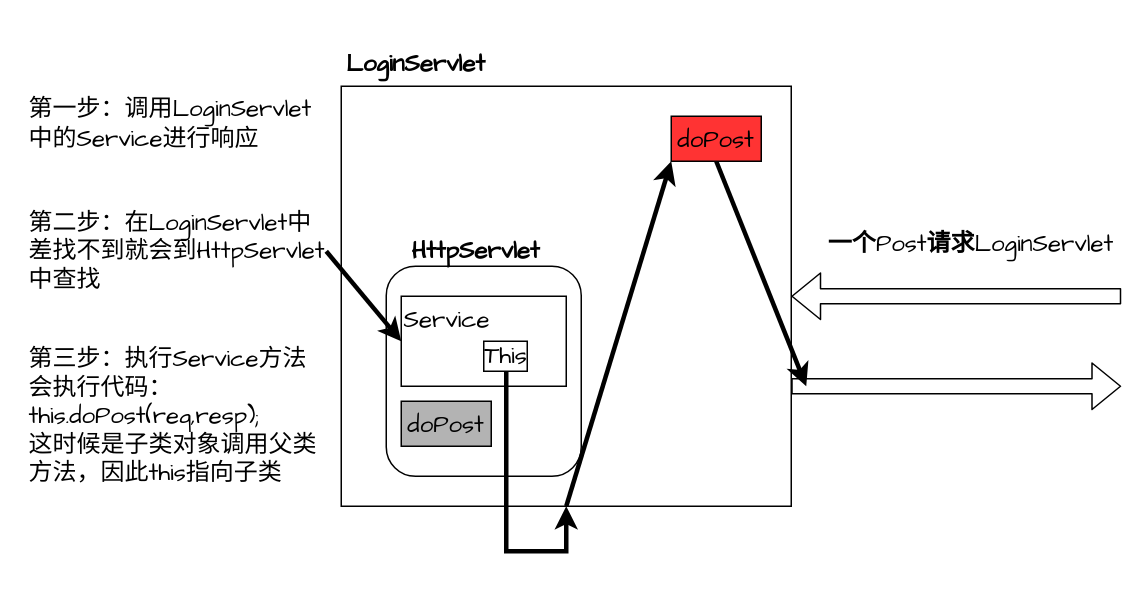
Earlier version of the draw.io diagram 流程图/Service与doPost的调用关系.drawio (molzy123/diagrams). Source tidied: cells renumbered, new cells numbered last; positions are measured from the earlier drawing's top-left corner, leaving out a move shared by most shapes. Both pictures are drawn from the tidied source at 150%, with x=0, y=0 at pixel (26, 26).
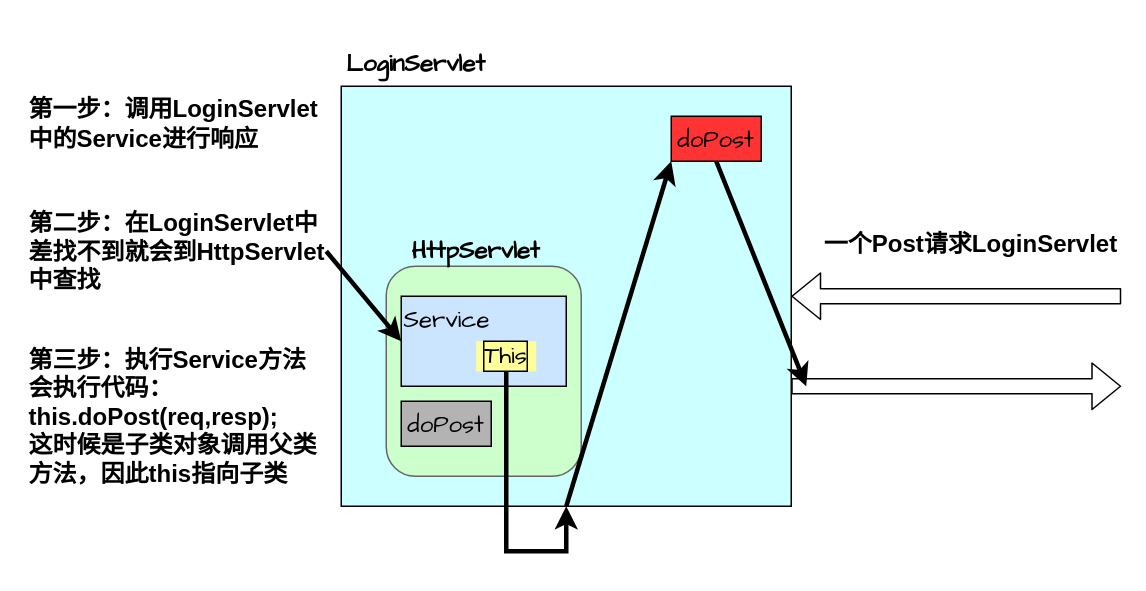
The same diagram, later.

Commit message (it also covers changes not shown here):
更新Service与doPost的调用关系.drawio

What changed in the source:
```diff
@@
-    <mxCell id="3" style="rounded=0;whiteSpace=wrap;html=1;fontFamily=Comic Sans MS;fontSize=16;fillColor=none;gradientColor=none;" parent="1" vertex="1">
+    <mxCell id="3" style="rounded=0;whiteSpace=wrap;html=1;fontFamily=Comic Sans MS;fontSize=16;gradientColor=none;fillColor=#CCFFFF;" parent="1" vertex="1">
       <mxGeometry x="210" y="40" width="300" height="280" as="geometry" />
     </mxCell>
-    <mxCell id="4" style="rounded=1;whiteSpace=wrap;html=1;fontFamily=Comic Sans MS;fontSize=16;fillColor=none;gradientColor=none;" parent="1" vertex="1">
+    <mxCell id="4" style="rounded=1;whiteSpace=wrap;html=1;fontFamily=Comic Sans MS;fontSize=16;strokeColor=#666666;fontColor=#333333;fillColor=#CCFFCC;" parent="1" vertex="1">
       <mxGeometry x="240" y="160" width="130" height="140" as="geometry" />
     </mxCell>
@@
-    <mxCell id="6" value="Service" style="rounded=0;whiteSpace=wrap;html=1;fontFamily=Comic Sans MS;fontSize=16;fillColor=none;gradientColor=none;align=left;verticalAlign=top;" parent="1" vertex="1">
+    <mxCell id="6" value="Service" style="rounded=0;whiteSpace=wrap;html=1;fontFamily=Comic Sans MS;fontSize=16;gradientColor=none;align=left;verticalAlign=top;fillColor=#CCE5FF;" parent="1" vertex="1">
       <mxGeometry x="250" y="180" width="110" height="60" as="geometry" />
     </mxCell>
@@
-    <mxCell id="8" value="This" style="text;html=1;strokeColor=none;fillColor=none;align=center;verticalAlign=middle;whiteSpace=wrap;rounded=0;fontFamily=Comic Sans MS;fontSize=16;labelBorderColor=#000000;" parent="1" vertex="1">
+    <mxCell id="8" value="This" style="text;html=1;strokeColor=none;align=center;verticalAlign=middle;whiteSpace=wrap;rounded=0;fontFamily=Comic Sans MS;fontSize=16;labelBorderColor=#000000;fillColor=#FFFF99;" parent="1" vertex="1">
       <mxGeometry x="300" y="210" width="40" height="20" as="geometry" />
     </mxCell>
@@
-    <mxCell id="13" value="一个&lt;span style=&quot;font-weight: 400&quot;&gt;Post&lt;/span&gt;请求&lt;span style=&quot;font-weight: normal&quot;&gt;LoginServlet&lt;/span&gt;" style="text;html=1;strokeColor=none;fillColor=none;align=center;verticalAlign=middle;whiteSpace=wrap;rounded=0;fontFamily=Comic Sans MS;fontSize=16;fontStyle=1;" parent="1" vertex="1">
+    <mxCell id="13" value="一个&lt;span style=&quot;&quot;&gt;Post&lt;/span&gt;请求&lt;span style=&quot;&quot;&gt;LoginServlet&lt;/span&gt;" style="text;html=1;strokeColor=none;fillColor=none;align=center;verticalAlign=middle;whiteSpace=wrap;rounded=0;fontFamily=Helvetica;fontSize=16;fontStyle=1;" parent="1" vertex="1">
       <mxGeometry x="530" y="120" width="200" height="50" as="geometry" />
     </mxCell>
-    <mxCell id="14" value="第一步：调用LoginServlet中的Service进行响应" style="text;html=1;strokeColor=none;fillColor=none;align=left;verticalAlign=middle;whiteSpace=wrap;rounded=0;fontFamily=Comic Sans MS;fontSize=16;" parent="1" vertex="1">
+    <mxCell id="14" value="第一步：调用LoginServlet中的Service进行响应" style="text;html=1;strokeColor=none;fillColor=none;align=left;verticalAlign=middle;whiteSpace=wrap;rounded=0;fontFamily=Helvetica;fontSize=16;fontStyle=1;" parent="1" vertex="1">
       <mxGeometry y="20" width="200" height="90" as="geometry" />
     </mxCell>
@@
-    <mxCell id="16" value="第二步：在LoginServlet中差找不到就会到HttpServlet中查找" style="text;html=1;strokeColor=none;fillColor=none;align=left;verticalAlign=middle;whiteSpace=wrap;rounded=0;fontFamily=Comic Sans MS;fontSize=16;" parent="1" vertex="1">
+    <mxCell id="16" value="第二步：在LoginServlet中差找不到就会到HttpServlet中查找" style="text;html=1;strokeColor=none;fillColor=none;align=left;verticalAlign=middle;whiteSpace=wrap;rounded=0;fontFamily=Helvetica;fontSize=16;fontStyle=1;" parent="1" vertex="1">
       <mxGeometry y="105" width="200" height="90" as="geometry" />
     </mxCell>
-    <mxCell id="17" value="第三步：执行Service方法会执行代码：&lt;br&gt;this.doPost(req,resp);&lt;br&gt;这时候是子类对象调用父类方法，因此this指向子类" style="text;html=1;strokeColor=none;fillColor=none;align=left;verticalAlign=middle;whiteSpace=wrap;rounded=0;fontFamily=Comic Sans MS;fontSize=16;" parent="1" vertex="1">
+    <mxCell id="17" value="第三步：执行Service方法会执行代码：&lt;br&gt;this.doPost(req,resp);&lt;br&gt;这时候是子类对象调用父类方法，因此this指向子类" style="text;html=1;strokeColor=none;fillColor=none;align=left;verticalAlign=middle;whiteSpace=wrap;rounded=0;fontFamily=Helvetica;fontSize=16;fontStyle=1;" parent="1" vertex="1">
       <mxGeometry y="200" width="200" height="120" as="geometry" />
     </mxCell>
```
